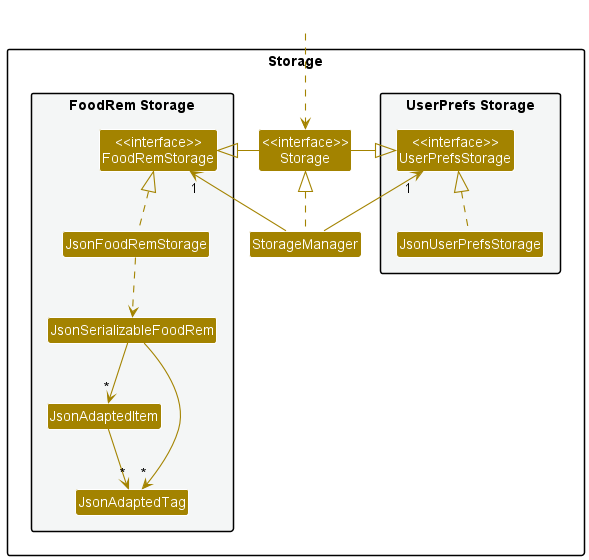
Above: docs/images/StorageClassDiagram.png in c-wenlong/tp (PlantUML), before the change.
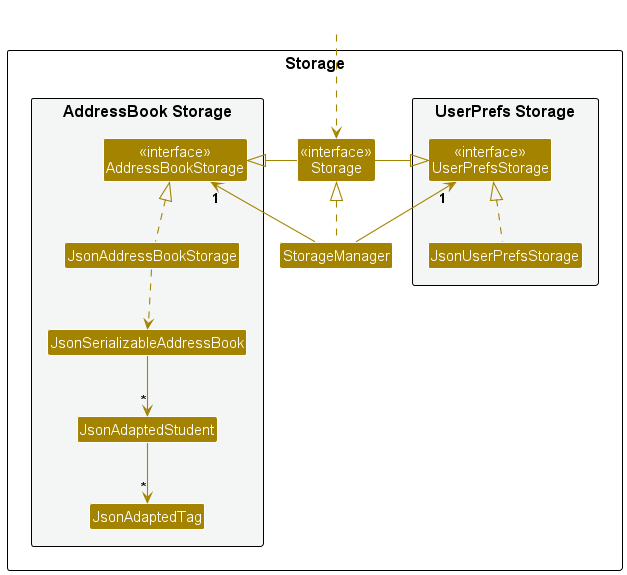
The same diagram one commit later.

The edit, as a diff of the source:
```diff
@@ -4,7 +4,7 @@
 skinparam arrowColor STORAGE_COLOR
 skinparam classBackgroundColor STORAGE_COLOR
 
-package Storage{
+package Storage as StoragePackage {
 
 package "UserPrefs Storage" #F4F6F6{
 Class "<<interface>>\nUserPrefsStorage" as UserPrefsStorage
@@ -14,11 +14,11 @@
 Class "<<interface>>\nStorage" as Storage
 Class StorageManager
 
-package "FoodRem Storage" #F4F6F6{
-Class "<<interface>>\nFoodRemStorage" as FoodRemStorage
-Class JsonFoodRemStorage
-Class JsonSerializableFoodRem
-Class JsonAdaptedItem
+package "AddressBook Storage" #F4F6F6{
+Class "<<interface>>\nAddressBookStorage" as AddressBookStorage
+Class JsonAddressBookStorage
+Class JsonSerializableAddressBook
+Class JsonAdaptedStudent
 Class JsonAdaptedTag
 }
 
@@ -29,16 +29,15 @@
 
 StorageManager .up.|> Storage
 StorageManager -up-> "1" UserPrefsStorage
-StorageManager -up-> "1" FoodRemStorage
+StorageManager -up-> "1" AddressBookStorage
 
 Storage -left-|> UserPrefsStorage
-Storage -right-|> FoodRemStorage
+Storage -right-|> AddressBookStorage
 
 JsonUserPrefsStorage .up.|> UserPrefsStorage
-JsonFoodRemStorage .up.|> FoodRemStorage
-JsonFoodRemStorage ..> JsonSerializableFoodRem
-JsonSerializableFoodRem --> "*" JsonAdaptedItem
-JsonSerializableFoodRem --> "*" JsonAdaptedTag
-JsonAdaptedItem --> "*" JsonAdaptedTag
+JsonAddressBookStorage .up.|> AddressBookStorage
+JsonAddressBookStorage ..> JsonSerializableAddressBook
+JsonSerializableAddressBook --> "*" JsonAdaptedStudent
+JsonAdaptedStudent --> "*" JsonAdaptedTag
 
 @enduml
```
